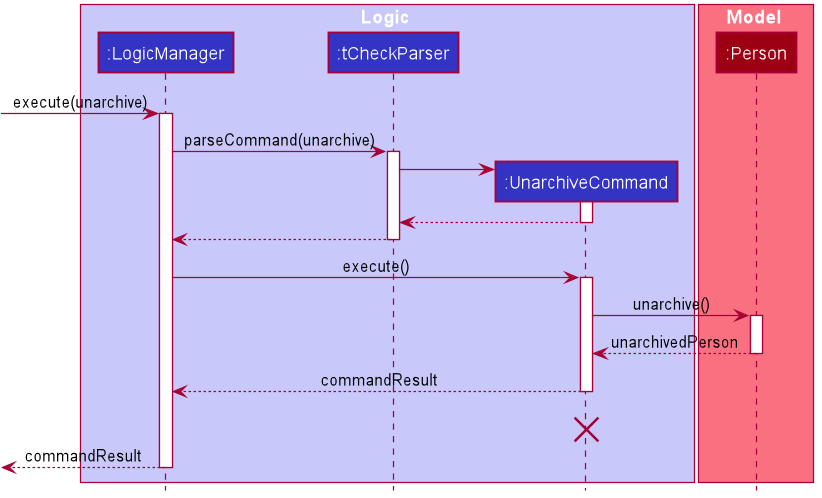
The PlantUML diagram docs/images/UnarchiveSequenceDiagram.png in nus-cs2103-AY2021S1/tp, before a commit. Its source is kept beside it as docs/diagrams/UnarchiveSequenceDiagram.puml.
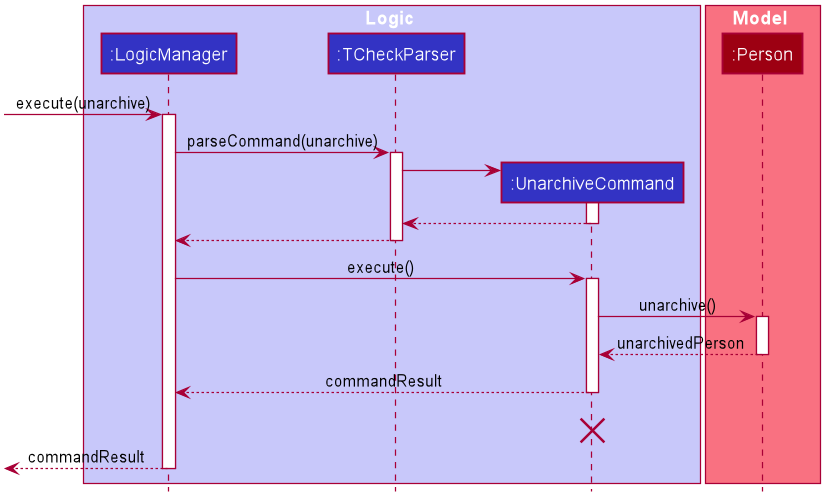
After the commit.

Commit message:
Update diagrams with name "TCheckParser".

The edit, as a diff of the source:
```diff
@@ -3,7 +3,7 @@
 
 box Logic LOGIC_COLOR_T1
 participant ":LogicManager" as LogicManager LOGIC_COLOR
-participant ":tCheckParser" as tCheckParser LOGIC_COLOR
+participant ":TCheckParser" as TCheckParser LOGIC_COLOR
 participant ":UnarchiveCommand" as UnarchiveCommand LOGIC_COLOR
 end box
 
@@ -13,18 +13,18 @@
 [-> LogicManager : execute(unarchive)
 activate LogicManager
 
-LogicManager -> tCheckParser : parseCommand(unarchive)
-activate tCheckParser
+LogicManager -> TCheckParser : parseCommand(unarchive)
+activate TCheckParser
 
 create UnarchiveCommand
-tCheckParser -> UnarchiveCommand
+TCheckParser -> UnarchiveCommand
 activate UnarchiveCommand
 
-UnarchiveCommand --> tCheckParser
+UnarchiveCommand --> TCheckParser
 deactivate UnarchiveCommand
 
-tCheckParser --> LogicManager :
-deactivate tCheckParser
+TCheckParser --> LogicManager :
+deactivate TCheckParser
 
 LogicManager -> UnarchiveCommand : execute()
 activate UnarchiveCommand
```
